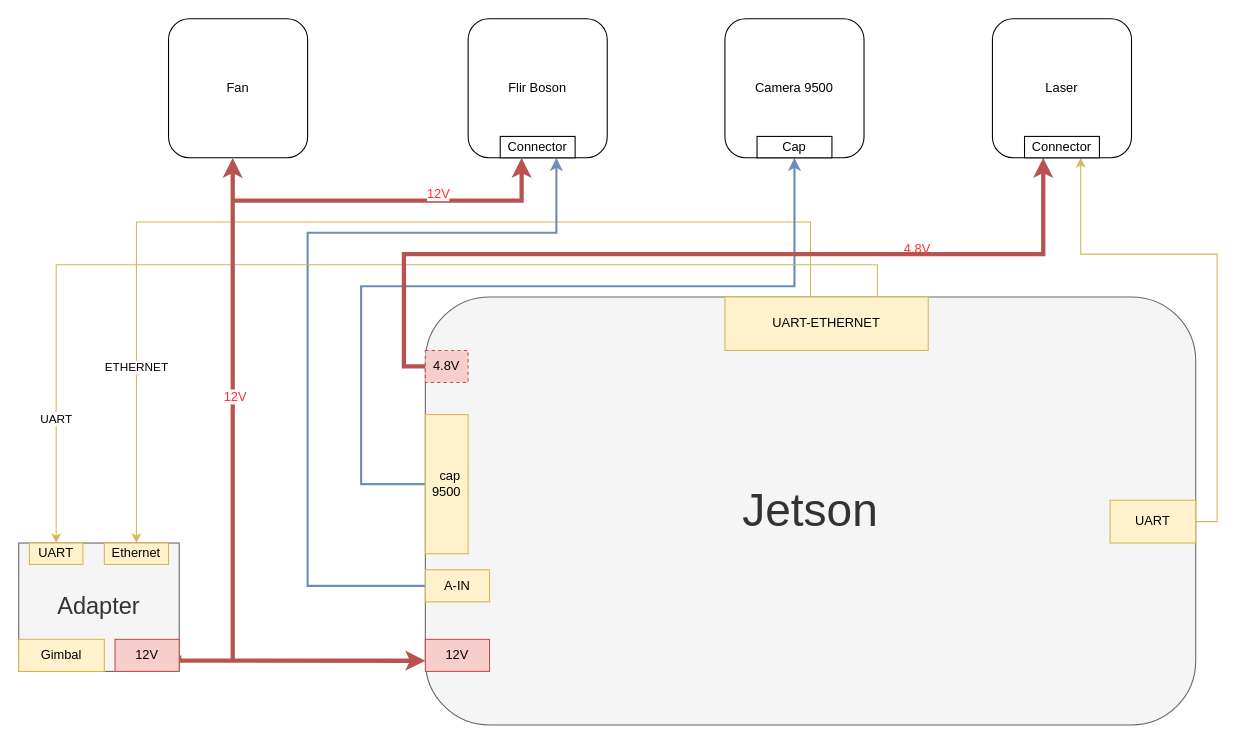
Earlier version of the draw.io diagram Biểu đồ không có tiêu đề.drawio (quang-coder/quang). Source tidied: cells renumbered, new cells numbered last; positions are measured from the earlier drawing's top-left corner, leaving out a move shared by most shapes. Both pictures are drawn from the tidied source at 107%, with x=0, y=0 at pixel (18, 18).
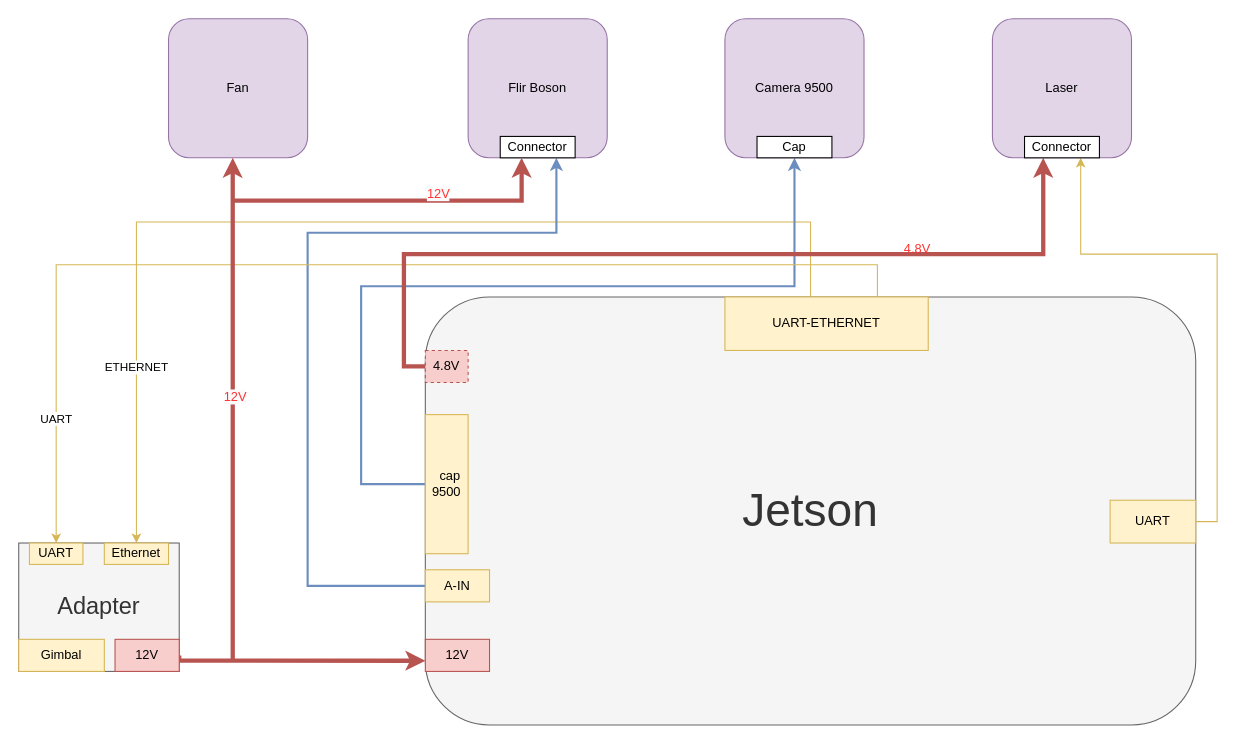
After the change.

What changed in the source:
```diff
@@
-    <mxCell id="20" value="Flir Boson" style="rounded=1;whiteSpace=wrap;html=1;" parent="1" vertex="1">
+    <mxCell id="20" value="Flir Boson" style="rounded=1;whiteSpace=wrap;html=1;fillColor=#e1d5e7;strokeColor=#9673a6;" parent="1" vertex="1">
       <mxGeometry x="420" width="130" height="130" as="geometry" />
     </mxCell>
-    <mxCell id="21" value="Camera 9500" style="rounded=1;whiteSpace=wrap;html=1;" parent="1" vertex="1">
+    <mxCell id="21" value="Camera 9500" style="rounded=1;whiteSpace=wrap;html=1;fillColor=#e1d5e7;strokeColor=#9673a6;" parent="1" vertex="1">
       <mxGeometry x="660" width="130" height="130" as="geometry" />
     </mxCell>
-    <mxCell id="22" value="Laser" style="rounded=1;whiteSpace=wrap;html=1;" parent="1" vertex="1">
+    <mxCell id="22" value="Laser" style="rounded=1;whiteSpace=wrap;html=1;fillColor=#e1d5e7;strokeColor=#9673a6;" parent="1" vertex="1">
       <mxGeometry x="910" width="130" height="130" as="geometry" />
     </mxCell>
@@
-    <mxCell id="29" value="Fan" style="rounded=1;whiteSpace=wrap;html=1;" parent="1" vertex="1">
+    <mxCell id="29" value="Fan" style="rounded=1;whiteSpace=wrap;html=1;fillColor=#e1d5e7;strokeColor=#9673a6;" parent="1" vertex="1">
       <mxGeometry x="140" width="130" height="130" as="geometry" />
     </mxCell>
```
